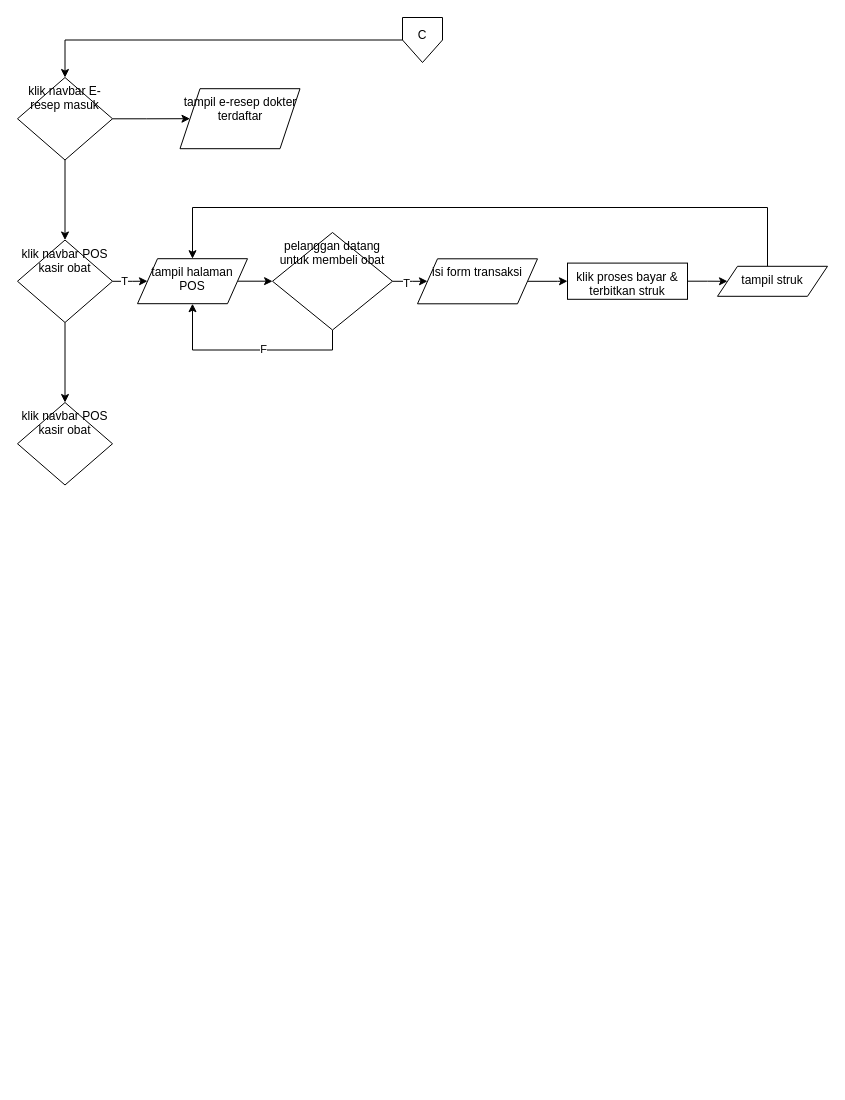
Earlier version of the draw.io diagram page "Page-5" (5 of 8) of FLOWCHART SENTRA FARMA.drawio (rayshaaaf/PROJECT-SENTRA-FARMA). Source tidied: cells renumbered, new cells numbered last; positions are measured from the earlier drawing's top-left corner, leaving out a move shared by most shapes. Both pictures are drawn from the tidied source at 100%, with x=0, y=0 at pixel (17, 17).
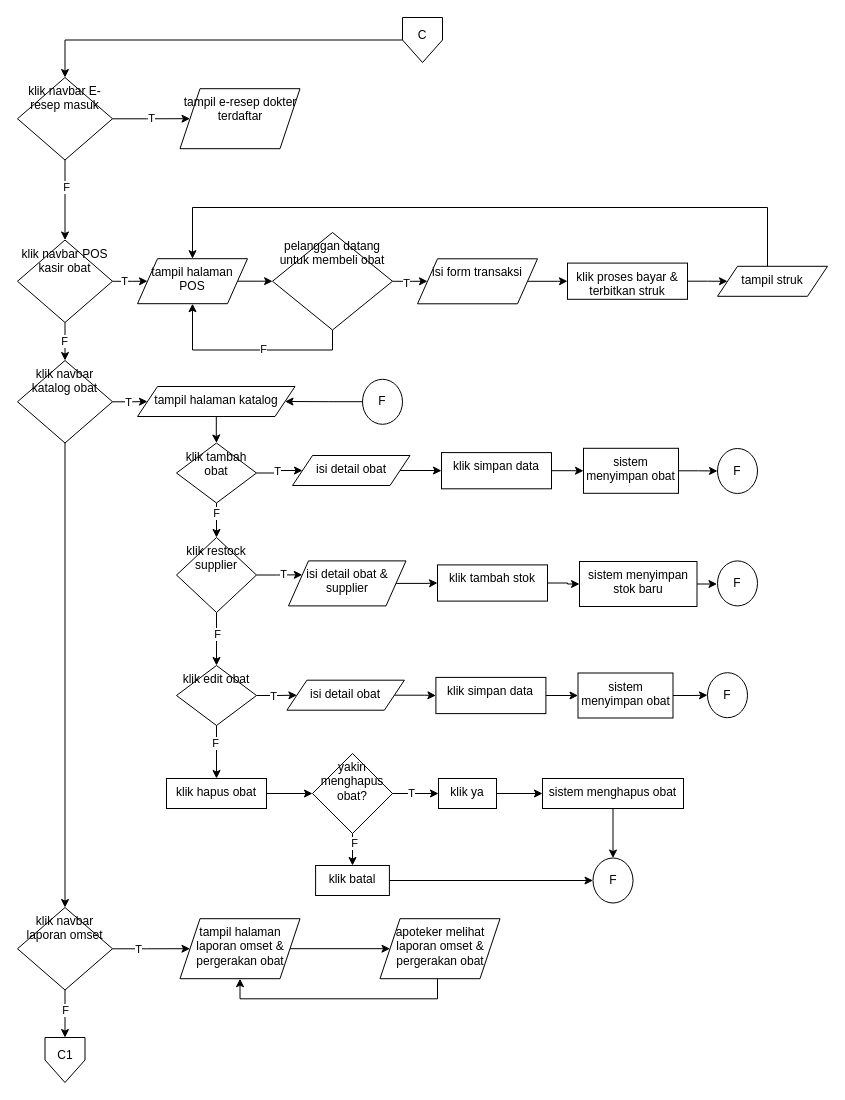
After the change.

The change refers to these unchanged cells:
```xml
<mxCell id="6" style="edgeStyle=orthogonalEdgeStyle;rounded=0;jettySize=auto;html=1;" parent="1" edge="1" source="7" target="12">
  <mxGeometry relative="1" as="geometry" />
</mxCell>
<mxCell id="7" value="klik navbar E-resep masuk" style="rhombus;whiteSpace=wrap;html=1;shapeInside=1;verticalAlign=top;rounded=0;" parent="1" vertex="1">
  <mxGeometry y="60" width="95" height="82.5" as="geometry" />
</mxCell>
<mxCell id="8" value="tampil e-resep dokter terdaftar" style="shape=parallelogram;perimeter=parallelogramPerimeter;whiteSpace=wrap;html=1;shapeInside=1;fixedSize=1;verticalAlign=top;rounded=0;" parent="1" vertex="1">
  <mxGeometry x="162.5" y="71.2" width="120" height="60" as="geometry" />
</mxCell>
<mxCell id="11" style="edgeStyle=orthogonalEdgeStyle;rounded=0;jettySize=auto;html=1;" parent="1" edge="1" source="12" target="26">
  <mxGeometry relative="1" as="geometry" />
</mxCell>
```

What changed in the source:
```diff
@@
-    <mxCell id="5" style="edgeStyle=orthogonalEdgeStyle;rounded=0;jettySize=auto;html=1;" parent="1" edge="1" source="7" target="8">
+    <mxCell id="5" value="T" style="edgeStyle=orthogonalEdgeStyle;rounded=0;jettySize=auto;html=1;" parent="1" edge="1" source="7" target="8">
       <mxGeometry relative="1" as="geometry" />
     </mxCell>
@@
+    <mxCell id="27" value="F" style="edgeLabel;html=1;align=center;verticalAlign=middle;" parent="6" vertex="1">
+      <mxGeometry x="-0.32" y="1" relative="1" as="geometry" />
+    </mxCell>
@@
+    <mxCell id="28" value="F" style="edgeLabel;html=1;align=center;verticalAlign=middle;" parent="11" vertex="1">
+      <mxGeometry x="-0.12" y="-1" relative="1" as="geometry" />
+    </mxCell>
@@
+    <mxCell id="29" style="edgeStyle=orthogonalEdgeStyle;rounded=0;jettySize=auto;html=1;entryX=0;entryY=0.5;entryDx=0;entryDy=0;" parent="1" edge="1" source="26" target="33">
+      <mxGeometry relative="1" as="geometry" />
+    </mxCell>
+    <mxCell id="30" value="T" style="edgeLabel;html=1;align=center;verticalAlign=middle;" parent="29" vertex="1">
+      <mxGeometry x="-0.22" relative="1" as="geometry">
+        <mxPoint x="2" as="offset" />
+      </mxGeometry>
+    </mxCell>
+    <mxCell id="31" style="edgeStyle=orthogonalEdgeStyle;rounded=0;jettySize=auto;html=1;" parent="1" edge="1" source="26" target="95">
+      <mxGeometry relative="1" as="geometry" />
+    </mxCell>
-    <mxCell id="26" value="klik navbar POS kasir obat" style="rhombus;whiteSpace=wrap;html=1;shapeInside=1;verticalAlign=top;rounded=0;" parent="1" vertex="1">
-      <mxGeometry y="385" width="95" height="82.5" as="geometry" />
+    <mxCell id="26" value="klik navbar katalog obat" style="rhombus;whiteSpace=wrap;html=1;shapeInside=1;verticalAlign=top;rounded=0;" parent="1" vertex="1">
+      <mxGeometry y="343" width="95" height="82.5" as="geometry" />
     </mxCell>
+    <mxCell id="32" style="edgeStyle=orthogonalEdgeStyle;rounded=0;jettySize=auto;html=1;" parent="1" edge="1" source="33" target="38">
+      <mxGeometry relative="1" as="geometry" />
+    </mxCell>
+    <mxCell id="33" value="tampil halaman katalog" style="shape=parallelogram;perimeter=parallelogramPerimeter;whiteSpace=wrap;html=1;shapeInside=1;fixedSize=1;verticalAlign=top;rounded=0;" parent="1" vertex="1">
+      <mxGeometry x="120" y="369" width="157.5" height="30" as="geometry" />
+    </mxCell>
+    <mxCell id="34" style="edgeStyle=orthogonalEdgeStyle;rounded=0;jettySize=auto;html=1;" parent="1" edge="1" source="38" target="40">
+      <mxGeometry relative="1" as="geometry" />
+    </mxCell>
+    <mxCell id="35" value="T" style="edgeLabel;html=1;align=center;verticalAlign=middle;" parent="34" vertex="1">
+      <mxGeometry x="-0.08" relative="1" as="geometry" />
+    </mxCell>
+    <mxCell id="36" style="edgeStyle=orthogonalEdgeStyle;rounded=0;jettySize=auto;html=1;" parent="1" edge="1" source="38" target="47">
+      <mxGeometry relative="1" as="geometry" />
+    </mxCell>
+    <mxCell id="37" value="F" style="edgeLabel;html=1;align=center;verticalAlign=middle;" parent="36" vertex="1">
+      <mxGeometry x="-0.54" y="-1" relative="1" as="geometry" />
+    </mxCell>
+    <mxCell id="38" value="klik tambah obat" style="rhombus;whiteSpace=wrap;html=1;shapeInside=1;verticalAlign=top;rounded=0;" parent="1" vertex="1">
+      <mxGeometry x="159" y="425.5" width="80" height="60" as="geometry" />
+    </mxCell>
+    <mxCell id="39" style="edgeStyle=orthogonalEdgeStyle;rounded=0;jettySize=auto;html=1;" parent="1" edge="1" source="40" target="42">
+      <mxGeometry relative="1" as="geometry" />
+    </mxCell>
+    <mxCell id="40" value="isi detail obat" style="shape=parallelogram;perimeter=parallelogramPerimeter;whiteSpace=wrap;html=1;shapeInside=1;fixedSize=1;verticalAlign=top;rounded=0;" parent="1" vertex="1">
+      <mxGeometry x="275" y="438" width="117.5" height="30" as="geometry" />
+    </mxCell>
+    <mxCell id="41" style="edgeStyle=orthogonalEdgeStyle;rounded=0;jettySize=auto;html=1;" parent="1" edge="1" source="42" target="49">
+      <mxGeometry relative="1" as="geometry" />
+    </mxCell>
+    <mxCell id="42" value="klik simpan data" style="whiteSpace=wrap;html=1;verticalAlign=top;rounded=0;" parent="1" vertex="1">
+      <mxGeometry x="424" y="435.1" width="110" height="36.2" as="geometry" />
+    </mxCell>
+    <mxCell id="43" style="edgeStyle=orthogonalEdgeStyle;rounded=0;jettySize=auto;html=1;entryX=0;entryY=0.25;entryDx=0;entryDy=0;" parent="1" edge="1" source="47" target="51">
+      <mxGeometry relative="1" as="geometry" />
+    </mxCell>
+    <mxCell id="44" value="T" style="edgeLabel;html=1;align=center;verticalAlign=middle;" parent="43" vertex="1">
+      <mxGeometry x="0.18" y="1" relative="1" as="geometry" />
+    </mxCell>
+    <mxCell id="45" style="edgeStyle=orthogonalEdgeStyle;rounded=0;jettySize=auto;html=1;" parent="1" edge="1" source="47" target="60">
+      <mxGeometry relative="1" as="geometry" />
+    </mxCell>
+    <mxCell id="46" value="F" style="edgeLabel;html=1;align=center;verticalAlign=middle;" parent="45" vertex="1">
+      <mxGeometry x="-0.21" relative="1" as="geometry" />
+    </mxCell>
+    <mxCell id="47" value="klik restock supplier" style="rhombus;whiteSpace=wrap;html=1;shapeInside=1;verticalAlign=top;rounded=0;" parent="1" vertex="1">
+      <mxGeometry x="159" y="520" width="80" height="75" as="geometry" />
+    </mxCell>
+    <mxCell id="48" style="edgeStyle=orthogonalEdgeStyle;rounded=0;jettySize=auto;html=1;" parent="1" edge="1" source="49" target="87">
+      <mxGeometry relative="1" as="geometry" />
+    </mxCell>
+    <mxCell id="49" value="sistem menyimpan obat" style="whiteSpace=wrap;html=1;verticalAlign=top;rounded=0;" parent="1" vertex="1">
+      <mxGeometry x="566" y="430.8" width="95" height="45" as="geometry" />
+    </mxCell>
+    <mxCell id="50" style="edgeStyle=orthogonalEdgeStyle;rounded=0;jettySize=auto;html=1;" parent="1" edge="1" source="51" target="53">
+      <mxGeometry relative="1" as="geometry" />
+    </mxCell>
+    <mxCell id="51" value="isi detail obat &amp;amp; supplier" style="shape=parallelogram;perimeter=parallelogramPerimeter;whiteSpace=wrap;html=1;shapeInside=1;fixedSize=1;verticalAlign=top;rounded=0;" parent="1" vertex="1">
+      <mxGeometry x="271" y="543.4" width="117.5" height="45" as="geometry" />
+    </mxCell>
+    <mxCell id="52" style="edgeStyle=orthogonalEdgeStyle;rounded=0;jettySize=auto;html=1;" parent="1" edge="1" source="53" target="55">
+      <mxGeometry relative="1" as="geometry" />
+    </mxCell>
+    <mxCell id="53" value="klik tambah stok" style="whiteSpace=wrap;html=1;verticalAlign=top;rounded=0;" parent="1" vertex="1">
+      <mxGeometry x="420" y="547.4" width="110" height="36.2" as="geometry" />
+    </mxCell>
+    <mxCell id="54" style="edgeStyle=orthogonalEdgeStyle;rounded=0;jettySize=auto;html=1;" parent="1" edge="1" source="55" target="85">
+      <mxGeometry relative="1" as="geometry" />
+    </mxCell>
+    <mxCell id="55" value="sistem menyimpan stok baru" style="whiteSpace=wrap;html=1;verticalAlign=top;rounded=0;" parent="1" vertex="1">
+      <mxGeometry x="562" y="544" width="117.5" height="45" as="geometry" />
+    </mxCell>
+    <mxCell id="56" style="edgeStyle=orthogonalEdgeStyle;rounded=0;jettySize=auto;html=1;" parent="1" edge="1" source="60" target="62">
+      <mxGeometry relative="1" as="geometry" />
+    </mxCell>
+    <mxCell id="57" value="T" style="edgeLabel;html=1;align=center;verticalAlign=middle;" parent="56" vertex="1">
+      <mxGeometry x="-0.23" relative="1" as="geometry" />
+    </mxCell>
+    <mxCell id="58" style="edgeStyle=orthogonalEdgeStyle;rounded=0;jettySize=auto;html=1;" parent="1" edge="1" source="60" target="68">
+      <mxGeometry relative="1" as="geometry" />
+    </mxCell>
+    <mxCell id="59" value="F" style="edgeLabel;html=1;align=center;verticalAlign=middle;" parent="58" vertex="1">
+      <mxGeometry x="-0.35" y="-2" relative="1" as="geometry" />
+    </mxCell>
+    <mxCell id="60" value="klik edit obat" style="rhombus;whiteSpace=wrap;html=1;shapeInside=1;verticalAlign=top;rounded=0;" parent="1" vertex="1">
+      <mxGeometry x="159" y="648" width="80" height="60" as="geometry" />
+    </mxCell>
+    <mxCell id="61" style="edgeStyle=orthogonalEdgeStyle;rounded=0;jettySize=auto;html=1;" parent="1" edge="1" source="62" target="64">
+      <mxGeometry relative="1" as="geometry" />
+    </mxCell>
+    <mxCell id="62" value="isi detail obat" style="shape=parallelogram;perimeter=parallelogramPerimeter;whiteSpace=wrap;html=1;shapeInside=1;fixedSize=1;verticalAlign=top;rounded=0;" parent="1" vertex="1">
+      <mxGeometry x="269.4" y="662.7" width="117.5" height="30" as="geometry" />
+    </mxCell>
+    <mxCell id="63" style="edgeStyle=orthogonalEdgeStyle;rounded=0;jettySize=auto;html=1;" parent="1" edge="1" source="64" target="66">
+      <mxGeometry relative="1" as="geometry" />
+    </mxCell>
+    <mxCell id="64" value="klik simpan data" style="whiteSpace=wrap;html=1;verticalAlign=top;rounded=0;" parent="1" vertex="1">
+      <mxGeometry x="418.4" y="659.9" width="110" height="36.2" as="geometry" />
+    </mxCell>
+    <mxCell id="65" style="edgeStyle=orthogonalEdgeStyle;rounded=0;jettySize=auto;html=1;entryX=0;entryY=0.5;entryDx=0;entryDy=0;" parent="1" edge="1" source="66" target="83">
+      <mxGeometry relative="1" as="geometry" />
+    </mxCell>
+    <mxCell id="66" value="sistem menyimpan obat" style="whiteSpace=wrap;html=1;verticalAlign=top;rounded=0;" parent="1" vertex="1">
+      <mxGeometry x="560.5" y="655.5" width="95" height="45" as="geometry" />
+    </mxCell>
+    <mxCell id="67" style="edgeStyle=orthogonalEdgeStyle;rounded=0;jettySize=auto;html=1;" parent="1" edge="1" source="68" target="73">
+      <mxGeometry relative="1" as="geometry" />
+    </mxCell>
+    <mxCell id="68" value="klik hapus obat" style="whiteSpace=wrap;html=1;verticalAlign=top;rounded=0;" parent="1" vertex="1">
+      <mxGeometry x="149" y="761" width="100" height="30" as="geometry" />
+    </mxCell>
+    <mxCell id="69" style="edgeStyle=orthogonalEdgeStyle;rounded=0;jettySize=auto;html=1;" parent="1" edge="1" source="73" target="75">
+      <mxGeometry relative="1" as="geometry" />
+    </mxCell>
+    <mxCell id="70" value="T" style="edgeLabel;html=1;align=center;verticalAlign=middle;" parent="69" vertex="1">
+      <mxGeometry x="-0.2" y="1" relative="1" as="geometry" />
+    </mxCell>
+    <mxCell id="71" style="edgeStyle=orthogonalEdgeStyle;rounded=0;jettySize=auto;html=1;entryX=0.5;entryY=0;entryDx=0;entryDy=0;" parent="1" edge="1" source="73" target="77">
+      <mxGeometry relative="1" as="geometry" />
+    </mxCell>
+    <mxCell id="72" value="F" style="edgeLabel;html=1;align=center;verticalAlign=middle;" parent="71" vertex="1">
+      <mxGeometry x="-0.62" y="1" relative="1" as="geometry" />
+    </mxCell>
+    <mxCell id="73" value="yakin menghapus obat?" style="rhombus;whiteSpace=wrap;html=1;shapeInside=1;verticalAlign=top;rounded=0;" parent="1" vertex="1">
+      <mxGeometry x="295" y="736" width="80" height="80" as="geometry" />
+    </mxCell>
+    <mxCell id="74" style="edgeStyle=orthogonalEdgeStyle;rounded=0;jettySize=auto;html=1;" parent="1" edge="1" source="75" target="78">
+      <mxGeometry relative="1" as="geometry" />
+    </mxCell>
+    <mxCell id="75" value="klik ya" style="whiteSpace=wrap;html=1;verticalAlign=top;rounded=0;" parent="1" vertex="1">
+      <mxGeometry x="421" y="761" width="58" height="30" as="geometry" />
+    </mxCell>
+    <mxCell id="76" style="edgeStyle=orthogonalEdgeStyle;rounded=0;jettySize=auto;html=1;entryX=0;entryY=0.5;entryDx=0;entryDy=0;" parent="1" edge="1" source="77" target="80">
+      <mxGeometry relative="1" as="geometry" />
+    </mxCell>
+    <mxCell id="77" value="klik batal" style="whiteSpace=wrap;html=1;verticalAlign=top;rounded=0;" parent="1" vertex="1">
+      <mxGeometry x="298.1" y="848" width="73.8" height="30" as="geometry" />
+    </mxCell>
+    <mxCell id="78" value="sistem menghapus obat" style="whiteSpace=wrap;html=1;verticalAlign=top;rounded=0;" parent="1" vertex="1">
+      <mxGeometry x="525" y="761" width="141" height="30" as="geometry" />
+    </mxCell>
+    <mxCell id="79" style="verticalLabelPosition=bottom;verticalAlign=top;html=1;shape=mxgraph.flowchart.on-page_reference;" parent="1" vertex="1">
+      <mxGeometry x="575.5" y="840.5" width="40" height="45" as="geometry" />
+    </mxCell>
+    <mxCell id="80" value="F" style="text;html=1;whiteSpace=wrap;strokeColor=none;fillColor=none;align=center;verticalAlign=middle;rounded=0;" parent="1" vertex="1">
+      <mxGeometry x="575.5" y="848" width="40" height="30" as="geometry" />
+    </mxCell>
+    <mxCell id="81" style="edgeStyle=orthogonalEdgeStyle;rounded=0;jettySize=auto;html=1;entryX=0.5;entryY=0;entryDx=0;entryDy=0;entryPerimeter=0;" parent="1" edge="1" source="78" target="79">
+      <mxGeometry relative="1" as="geometry" />
+    </mxCell>
+    <mxCell id="82" style="verticalLabelPosition=bottom;verticalAlign=top;html=1;shape=mxgraph.flowchart.on-page_reference;" parent="1" vertex="1">
+      <mxGeometry x="690" y="655.2" width="40" height="45" as="geometry" />
+    </mxCell>
+    <mxCell id="83" value="F" style="text;html=1;whiteSpace=wrap;strokeColor=none;fillColor=none;align=center;verticalAlign=middle;rounded=0;" parent="1" vertex="1">
+      <mxGeometry x="690" y="662.7" width="40" height="30" as="geometry" />
+    </mxCell>
+    <mxCell id="84" style="verticalLabelPosition=bottom;verticalAlign=top;html=1;shape=mxgraph.flowchart.on-page_reference;" parent="1" vertex="1">
+      <mxGeometry x="700" y="543.4" width="40" height="45" as="geometry" />
+    </mxCell>
+    <mxCell id="85" value="F" style="text;html=1;whiteSpace=wrap;strokeColor=none;fillColor=none;align=center;verticalAlign=middle;rounded=0;" parent="1" vertex="1">
+      <mxGeometry x="700" y="550.9" width="40" height="30" as="geometry" />
+    </mxCell>
+    <mxCell id="86" style="verticalLabelPosition=bottom;verticalAlign=top;html=1;shape=mxgraph.flowchart.on-page_reference;" parent="1" vertex="1">
+      <mxGeometry x="700" y="431" width="40" height="45" as="geometry" />
+    </mxCell>
+    <mxCell id="87" value="F" style="text;html=1;whiteSpace=wrap;strokeColor=none;fillColor=none;align=center;verticalAlign=middle;rounded=0;" parent="1" vertex="1">
+      <mxGeometry x="700" y="438.5" width="40" height="30" as="geometry" />
+    </mxCell>
+    <mxCell id="88" style="verticalLabelPosition=bottom;verticalAlign=top;html=1;shape=mxgraph.flowchart.on-page_reference;" parent="1" vertex="1">
+      <mxGeometry x="345" y="361.8" width="40" height="45" as="geometry" />
+    </mxCell>
+    <mxCell id="89" style="edgeStyle=orthogonalEdgeStyle;rounded=0;jettySize=auto;html=1;entryX=1;entryY=0.5;entryDx=0;entryDy=0;" parent="1" edge="1" source="90" target="33">
+      <mxGeometry relative="1" as="geometry" />
+    </mxCell>
+    <mxCell id="90" value="F" style="text;html=1;whiteSpace=wrap;strokeColor=none;fillColor=none;align=center;verticalAlign=middle;rounded=0;" parent="1" vertex="1">
+      <mxGeometry x="345" y="369.2" width="40" height="30" as="geometry" />
+    </mxCell>
+    <mxCell id="91" style="edgeStyle=orthogonalEdgeStyle;rounded=0;jettySize=auto;html=1;" parent="1" edge="1" source="95" target="97">
+      <mxGeometry relative="1" as="geometry" />
+    </mxCell>
+    <mxCell id="92" value="T" style="edgeLabel;html=1;align=center;verticalAlign=middle;" parent="91" vertex="1">
+      <mxGeometry x="-0.23" y="-1" relative="1" as="geometry">
+        <mxPoint x="-4" y="-1" as="offset" />
+      </mxGeometry>
+    </mxCell>
+    <mxCell id="93" style="edgeStyle=orthogonalEdgeStyle;rounded=0;jettySize=auto;html=1;entryX=0.5;entryY=0;entryDx=0;entryDy=0;" parent="1" edge="1" source="95" target="100">
+      <mxGeometry relative="1" as="geometry" />
+    </mxCell>
+    <mxCell id="94" value="F" style="edgeLabel;html=1;align=center;verticalAlign=middle;" parent="93" vertex="1">
+      <mxGeometry x="-0.17" relative="1" as="geometry" />
+    </mxCell>
+    <mxCell id="95" value="klik navbar laporan omset" style="rhombus;whiteSpace=wrap;html=1;shapeInside=1;verticalAlign=top;rounded=0;" parent="1" vertex="1">
+      <mxGeometry y="890" width="95" height="82.5" as="geometry" />
+    </mxCell>
+    <mxCell id="96" style="edgeStyle=orthogonalEdgeStyle;rounded=0;jettySize=auto;html=1;" parent="1" edge="1" source="97" target="99">
+      <mxGeometry relative="1" as="geometry" />
+    </mxCell>
+    <mxCell id="97" value="tampil halaman laporan omset &amp;amp; pergerakan obat" style="shape=parallelogram;perimeter=parallelogramPerimeter;whiteSpace=wrap;html=1;shapeInside=1;fixedSize=1;verticalAlign=top;rounded=0;" parent="1" vertex="1">
+      <mxGeometry x="162.5" y="901.2" width="120" height="60" as="geometry" />
+    </mxCell>
+    <mxCell id="98" style="edgeStyle=orthogonalEdgeStyle;rounded=0;jettySize=auto;html=1;entryX=0.5;entryY=1;entryDx=0;entryDy=0;" parent="1" edge="1" source="99" target="97">
+      <mxGeometry relative="1" as="geometry">
+        <Array as="points">
+          <mxPoint x="420" y="981.3" />
+          <mxPoint x="222.5" y="981.3" />
+        </Array>
+      </mxGeometry>
+    </mxCell>
+    <mxCell id="99" value="apoteker melihat laporan omset &amp;amp; pergerakan obat" style="shape=parallelogram;perimeter=parallelogramPerimeter;whiteSpace=wrap;html=1;shapeInside=1;fixedSize=1;verticalAlign=top;rounded=0;" parent="1" vertex="1">
+      <mxGeometry x="362.5" y="901.2" width="120" height="60" as="geometry" />
+    </mxCell>
+    <mxCell id="100" style="verticalLabelPosition=bottom;verticalAlign=top;html=1;shape=offPageConnector;rounded=0;size=0.5;" parent="1" vertex="1">
+      <mxGeometry x="27.5" y="1020" width="40" height="45" as="geometry" />
+    </mxCell>
+    <mxCell id="101" value="C1" style="text;html=1;whiteSpace=wrap;strokeColor=none;fillColor=none;align=center;verticalAlign=middle;rounded=0;" parent="1" vertex="1">
+      <mxGeometry x="33.5" y="1027.5" width="28" height="20" as="geometry" />
+    </mxCell>
```
